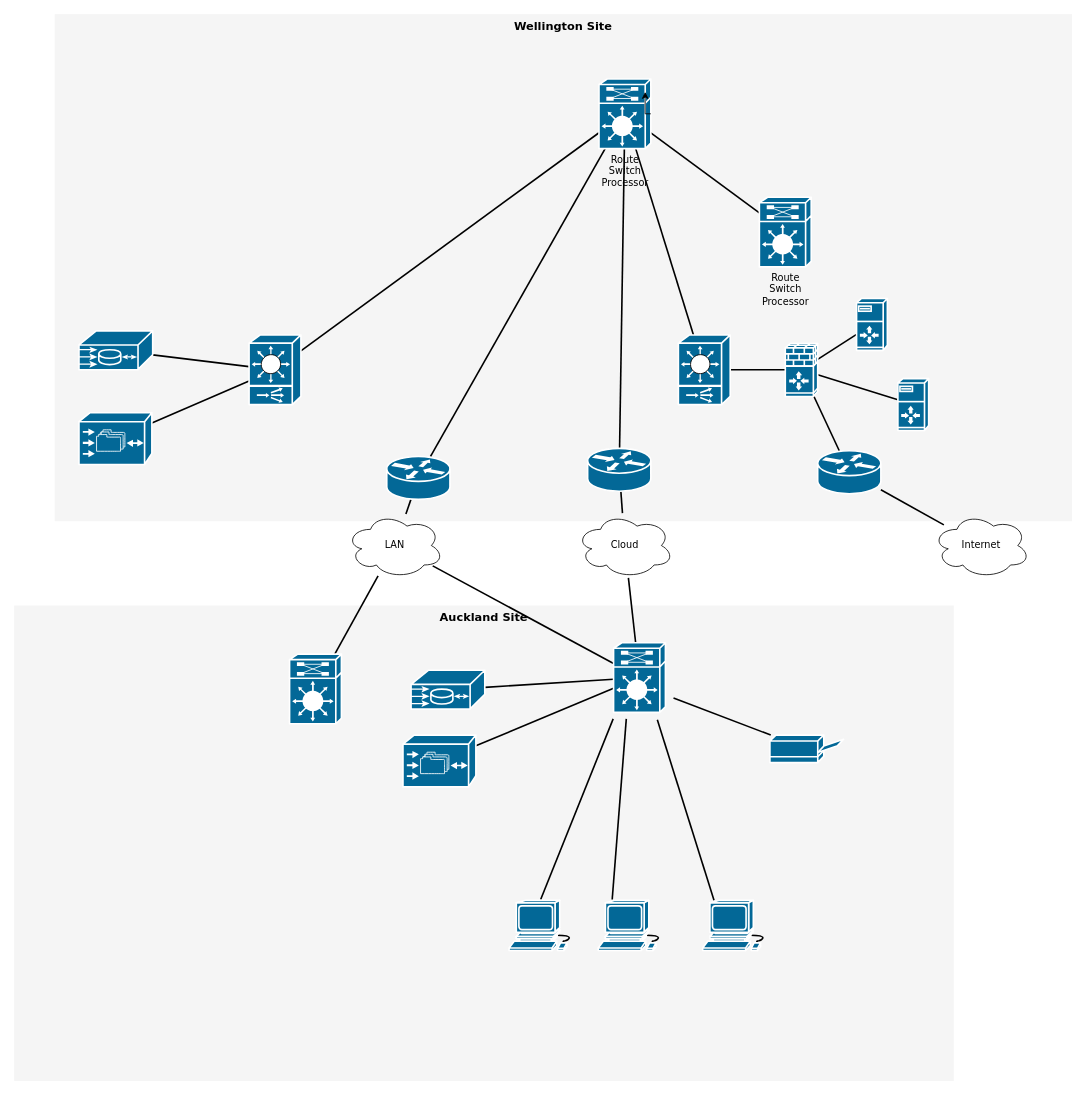
Above: Untitled Diagram.drawio in pamelacatilo/ResearchRepository (draw.io), before the change. Source tidied: cells renumbered, new cells numbered last; positions are measured from the earlier drawing's top-left corner, leaving out a move shared by most shapes. Both pictures are drawn from the tidied source at 81%, with x=0, y=0 at pixel (14, 14).
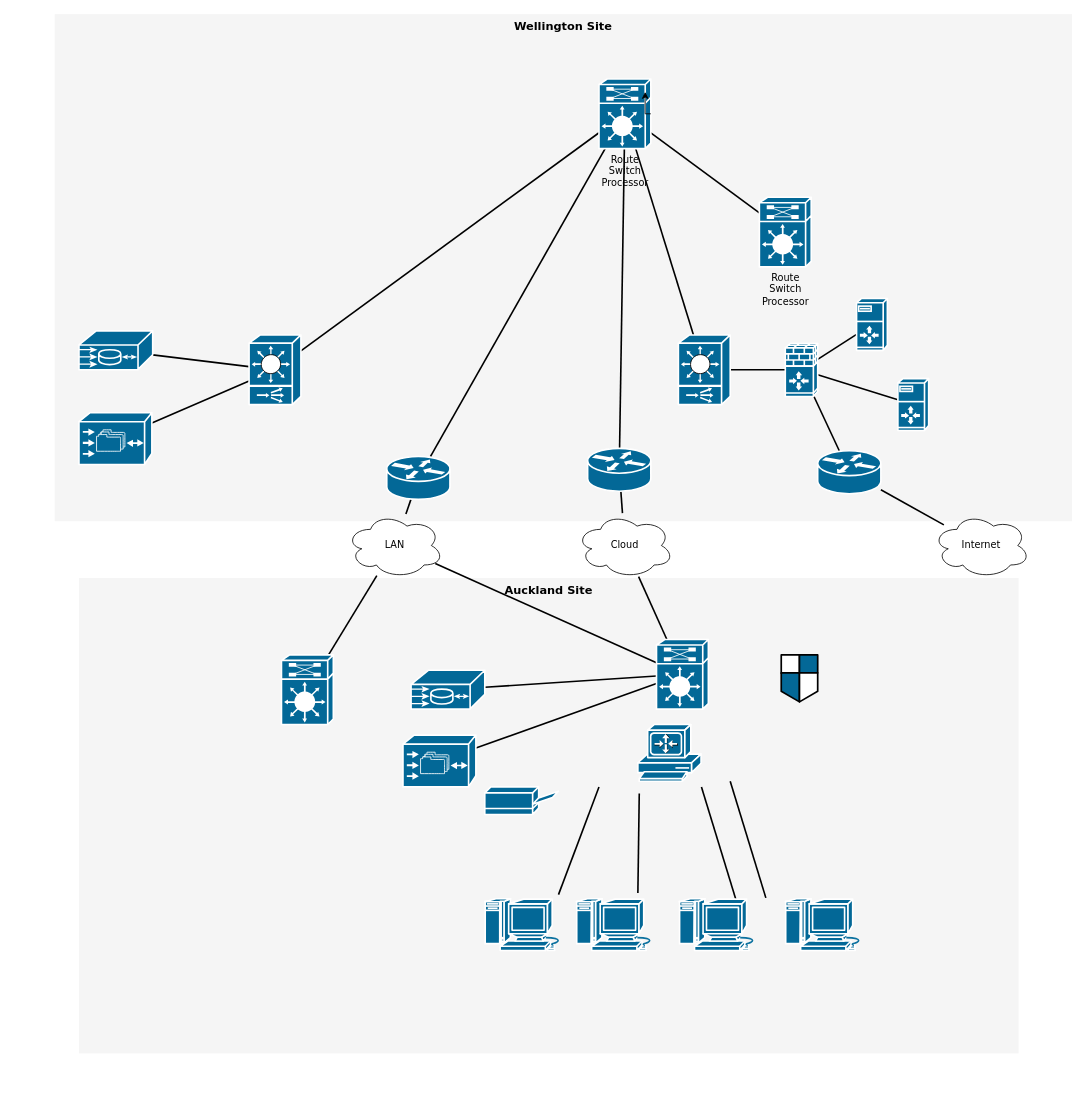
The same page after the edit.

Commit message:
Technical Support Diagram.drawio

What changed in the source:
```diff
@@
     <mxCell id="3" value="Auckland Site" style="whiteSpace=wrap;html=1;rounded=0;shadow=0;comic=0;strokeWidth=1;fontFamily=Verdana;fontSize=14;fillColor=#f5f5f5;strokeColor=none;fontStyle=1;verticalAlign=top;" parent="1" vertex="1">
-      <mxGeometry y="730" width="1160" height="587" as="geometry" />
+      <mxGeometry x="80" y="696" width="1160" height="587" as="geometry" />
     </mxCell>
@@
     <mxCell id="30" style="shape=mxgraph.cisco.misc.route_switch_processor;html=1;dashed=0;fillColor=#036897;strokeColor=#ffffff;strokeWidth=2;verticalLabelPosition=bottom;verticalAlign=top;rounded=0;shadow=0;comic=0;fontFamily=Verdana;fontSize=12;" parent="1" vertex="1">
-      <mxGeometry x="340" y="790" width="64" height="86" as="geometry" />
+      <mxGeometry x="330" y="791" width="64" height="86" as="geometry" />
     </mxCell>
@@
     <mxCell id="33" style="shape=mxgraph.cisco.misc.route_switch_processor;html=1;dashed=0;fillColor=#036897;strokeColor=#ffffff;strokeWidth=2;verticalLabelPosition=bottom;verticalAlign=top;rounded=0;shadow=0;comic=0;fontFamily=Verdana;fontSize=12;" parent="1" vertex="1">
-      <mxGeometry x="740" y="776" width="64" height="86" as="geometry" />
+      <mxGeometry x="793" y="772" width="64" height="86" as="geometry" />
     </mxCell>
-    <mxCell id="34" style="edgeStyle=none;html=1;labelBackgroundColor=none;startFill=0;endArrow=none;endFill=0;strokeWidth=2;fontFamily=Verdana;fontSize=12;" parent="1" edge="1" source="50">
-      <mxGeometry relative="1" as="geometry">
-        <mxPoint x="814" y="844.1" as="targetPoint" />
-      </mxGeometry>
-    </mxCell>
@@
     <mxCell id="37" style="edgeStyle=none;html=1;labelBackgroundColor=none;startFill=0;endArrow=none;endFill=0;strokeWidth=2;fontFamily=Verdana;fontSize=12;" parent="1" edge="1">
       <mxGeometry relative="1" as="geometry">
-        <mxPoint x="794" y="871" as="sourcePoint" />
-        <mxPoint x="864" y="1094" as="targetPoint" />
+        <mxPoint x="848.5" y="954" as="sourcePoint" />
+        <mxPoint x="892.5" y="1098" as="targetPoint" />
       </mxGeometry>
     </mxCell>
     <mxCell id="38" style="edgeStyle=none;html=1;labelBackgroundColor=none;startFill=0;endArrow=none;endFill=0;strokeWidth=2;fontFamily=Verdana;fontSize=12;" parent="1" edge="1">
       <mxGeometry relative="1" as="geometry">
-        <mxPoint x="755.7" y="870" as="sourcePoint" />
-        <mxPoint x="738.3" y="1093" as="targetPoint" />
+        <mxPoint x="771.7" y="962" as="sourcePoint" />
+        <mxPoint x="770" y="1085" as="targetPoint" />
       </mxGeometry>
     </mxCell>
     <mxCell id="39" style="edgeStyle=none;html=1;labelBackgroundColor=none;startFill=0;endArrow=none;endFill=0;strokeWidth=2;fontFamily=Verdana;fontSize=12;" parent="1" edge="1">
       <mxGeometry relative="1" as="geometry">
-        <mxPoint x="739.5" y="870" as="sourcePoint" />
-        <mxPoint x="650" y="1093" as="targetPoint" />
+        <mxPoint x="722" y="954" as="sourcePoint" />
+        <mxPoint x="672" y="1087" as="targetPoint" />
       </mxGeometry>
     </mxCell>
@@
-    <mxCell id="47" style="shape=mxgraph.cisco.computers_and_peripherals.workstation;sketch=0;html=1;dashed=0;fillColor=#036897;strokeColor=#ffffff;strokeWidth=2;verticalLabelPosition=bottom;verticalAlign=top;align=center;" parent="1" vertex="1">
-      <mxGeometry x="611" y="1094" width="83" height="62" as="geometry" />
-    </mxCell>
-    <mxCell id="48" style="shape=mxgraph.cisco.computers_and_peripherals.workstation;sketch=0;html=1;dashed=0;fillColor=#036897;strokeColor=#ffffff;strokeWidth=2;verticalLabelPosition=bottom;verticalAlign=top;align=center;" parent="1" vertex="1">
-      <mxGeometry x="721" y="1094" width="83" height="62" as="geometry" />
-    </mxCell>
-    <mxCell id="49" style="shape=mxgraph.cisco.computers_and_peripherals.workstation;sketch=0;html=1;dashed=0;fillColor=#036897;strokeColor=#ffffff;strokeWidth=2;verticalLabelPosition=bottom;verticalAlign=top;align=center;" parent="1" vertex="1">
-      <mxGeometry x="850" y="1094" width="83" height="62" as="geometry" />
-    </mxCell>
     <mxCell id="50" style="shape=mxgraph.cisco.computers_and_peripherals.printer;sketch=0;html=1;dashed=0;fillColor=#036897;strokeColor=#ffffff;strokeWidth=2;verticalLabelPosition=bottom;verticalAlign=top;align=center;outlineConnect=0;" parent="1" vertex="1">
-      <mxGeometry x="933" y="890" width="91" height="34" as="geometry" />
+      <mxGeometry x="581" y="954" width="91" height="34" as="geometry" />
     </mxCell>
+    <mxCell id="51" style="shape=mxgraph.cisco.computers_and_peripherals.macintosh;sketch=0;html=1;dashed=0;fillColor=#036897;strokeColor=#ffffff;strokeWidth=2;verticalLabelPosition=bottom;verticalAlign=top;align=center;" parent="1" vertex="1">
+      <mxGeometry x="581" y="1092" width="99" height="64" as="geometry" />
+    </mxCell>
+    <mxCell id="52" style="shape=mxgraph.cisco.computers_and_peripherals.macintosh;sketch=0;html=1;dashed=0;fillColor=#036897;strokeColor=#ffffff;strokeWidth=2;verticalLabelPosition=bottom;verticalAlign=top;align=center;" parent="1" vertex="1">
+      <mxGeometry x="694" y="1092" width="99" height="64" as="geometry" />
+    </mxCell>
+    <mxCell id="53" style="shape=mxgraph.cisco.computers_and_peripherals.macintosh;sketch=0;html=1;dashed=0;fillColor=#036897;strokeColor=#ffffff;strokeWidth=2;verticalLabelPosition=bottom;verticalAlign=top;align=center;" parent="1" vertex="1">
+      <mxGeometry x="821" y="1092" width="99" height="64" as="geometry" />
+    </mxCell>
+    <mxCell id="54" style="shape=mxgraph.cisco.computers_and_peripherals.macintosh;sketch=0;html=1;dashed=0;fillColor=#036897;strokeColor=#ffffff;strokeWidth=2;verticalLabelPosition=bottom;verticalAlign=top;align=center;" parent="1" vertex="1">
+      <mxGeometry x="952" y="1092" width="99" height="64" as="geometry" />
+    </mxCell>
+    <mxCell id="55" style="shape=mxgraph.cisco.computers_and_peripherals.pc_routercard;sketch=0;html=1;dashed=0;fillColor=#036897;strokeColor=#ffffff;strokeWidth=2;verticalLabelPosition=bottom;verticalAlign=top;align=center;" parent="1" vertex="1">
+      <mxGeometry x="770" y="877" width="78" height="70" as="geometry" />
+    </mxCell>
+    <mxCell id="56" style="edgeStyle=none;html=1;labelBackgroundColor=none;startFill=0;endArrow=none;endFill=0;strokeWidth=2;fontFamily=Verdana;fontSize=12;" parent="1" edge="1">
+      <mxGeometry relative="1" as="geometry">
+        <mxPoint x="884" y="947" as="sourcePoint" />
+        <mxPoint x="928" y="1091" as="targetPoint" />
+      </mxGeometry>
+    </mxCell>
+    <mxCell id="57" style="shape=mxgraph.cisco.security.network_security;sketch=0;html=1;dashed=0;fillColor=#036897;strokeColor=#ffffff;strokeWidth=2;verticalLabelPosition=bottom;verticalAlign=top;align=center;" parent="1" vertex="1">
+      <mxGeometry x="947" y="791" width="45" height="58" as="geometry" />
+    </mxCell>
```
